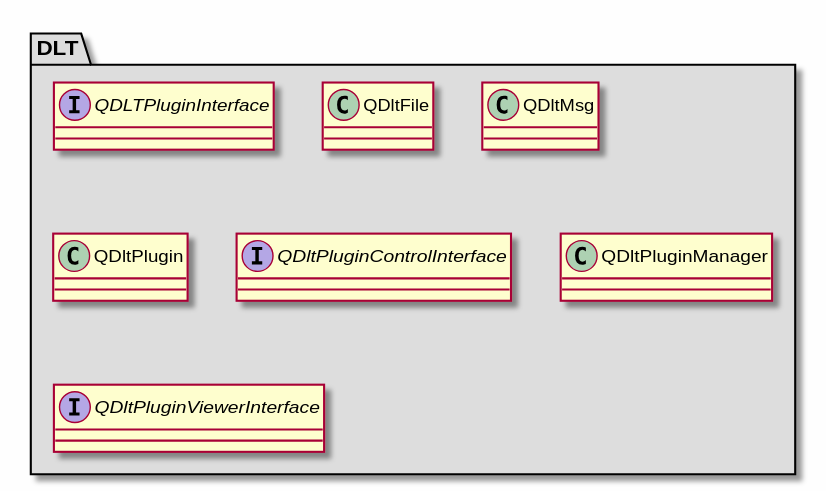
Before: md/dev_docs/puml/DLT_standalone.svg, a diagram exported from PlantUML (svlad-90/DLT-Message-Analyzer).
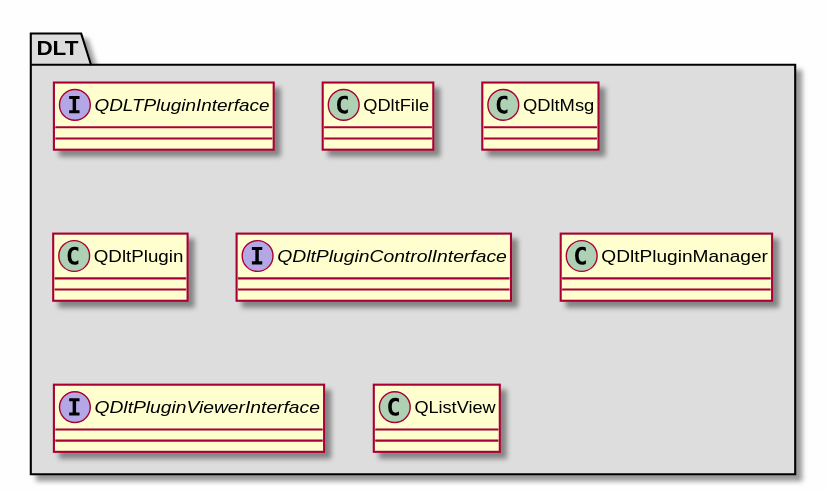
The same diagram one commit later.

Diff of the diagram source:
```diff
@@ -33,6 +33,10 @@
 {
 }
 
+class "QListView"
+{
+}
+
 }
 
 @enduml
```
